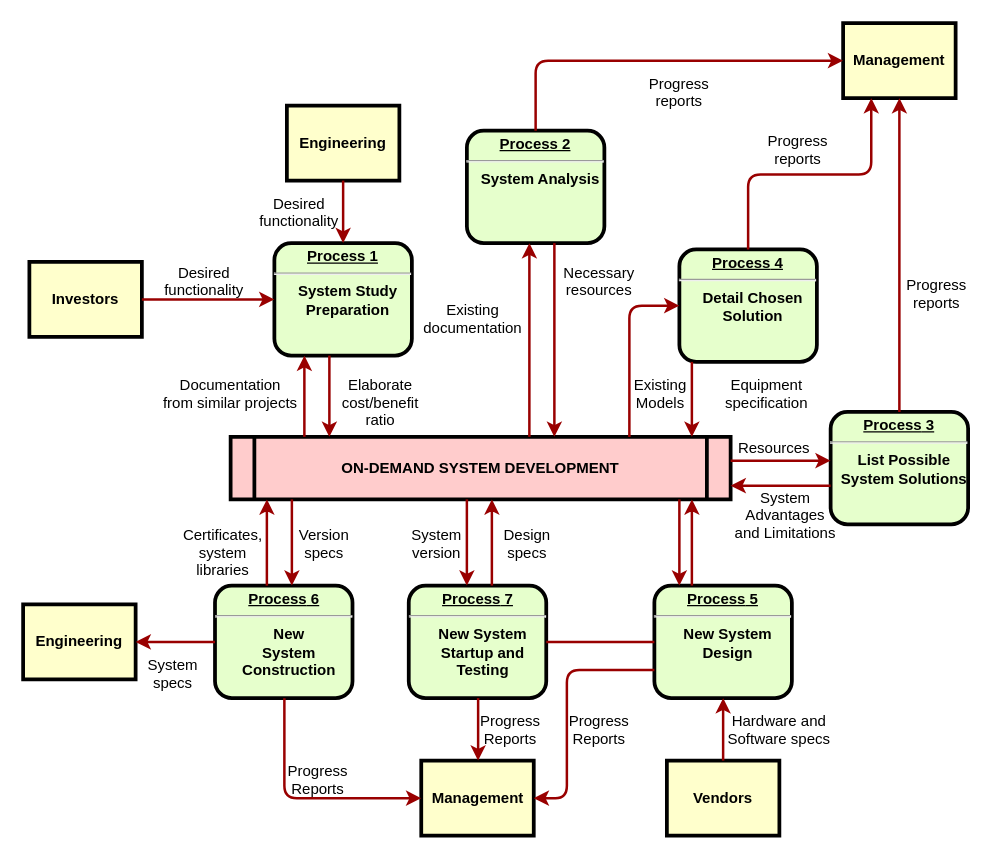
The draw.io diagram Untitled Diagram.drawio in ybbhosale2023/ybbhosale2023, before the edit. Source tidied: cells renumbered, new cells numbered last; positions are measured from the earlier drawing's top-left corner, leaving out a move shared by most shapes. Both pictures are drawn from the tidied source at 125%, with x=0, y=0 at pixel (22, 22).
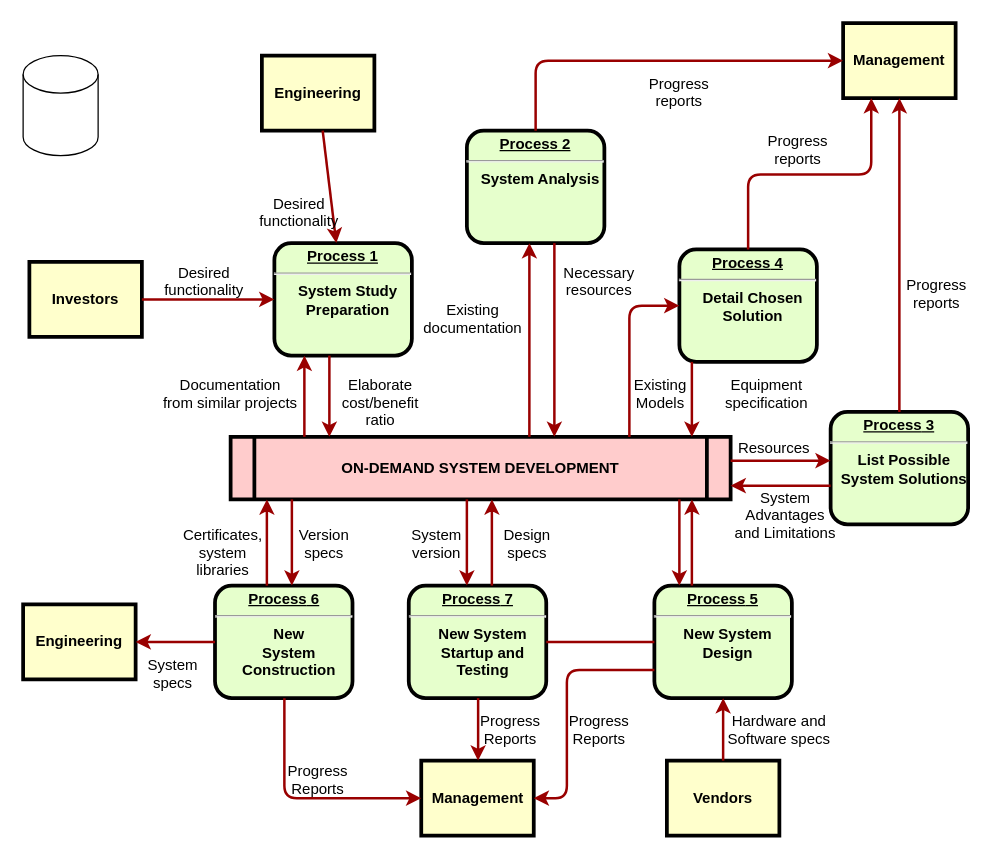
Above is the later version.

Commit message:
Real Estate Functional

Diff of the diagram source:
```diff
@@
     <mxCell id="3" value="Engineering" style="whiteSpace=wrap;align=center;verticalAlign=middle;fontStyle=1;strokeWidth=3;fillColor=#FFFFCC;" parent="1" vertex="1">
-      <mxGeometry x="211" y="66" width="90" height="60" as="geometry" />
+      <mxGeometry x="191" y="26" width="90" height="60" as="geometry" />
     </mxCell>
@@
+    <mxCell id="63" style="shape=cylinder3;whiteSpace=wrap;html=1;boundedLbl=1;backgroundOutline=1;size=15;" parent="1" vertex="1">
+      <mxGeometry y="26" width="60" height="80" as="geometry" />
+    </mxCell>
```
